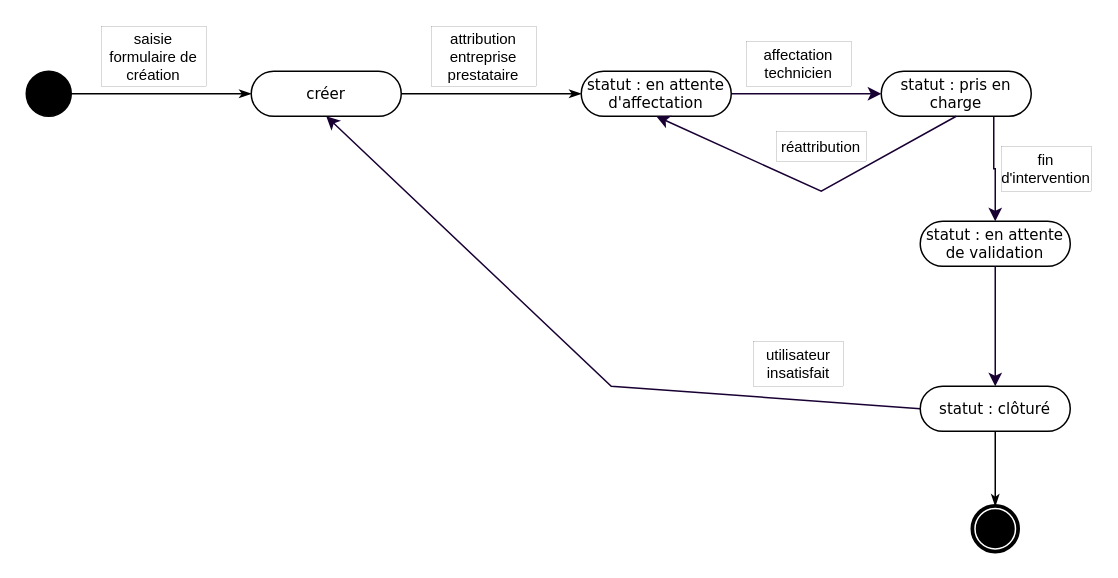
Before: doc/uml/cycle vie incident.drawio in mapette/sos_immo_backend, a draw.io diagram. Source tidied: cells renumbered, new cells numbered last; positions are measured from the earlier drawing's top-left corner, leaving out a move shared by most shapes. Both pictures are drawn from the tidied source at 150%, with x=0, y=0 at pixel (26, 26).
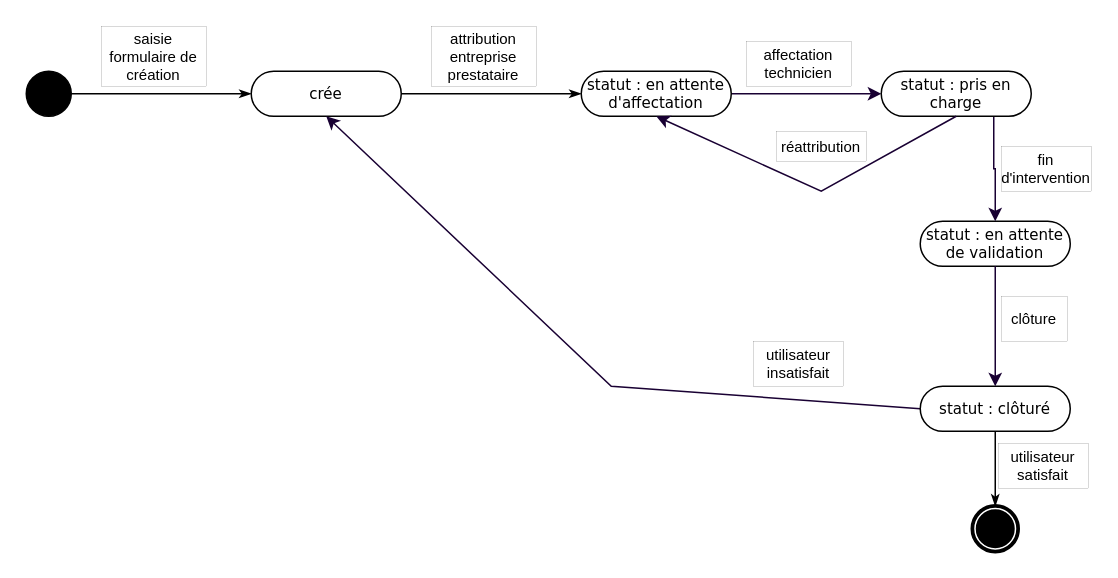
After the change.

The edit, as a diff of the source:
```diff
@@
-    <mxCell id="4" value="créer" style="rounded=1;whiteSpace=wrap;html=1;shadow=0;comic=0;labelBackgroundColor=none;strokeWidth=1;fontFamily=Verdana;fontSize=10;align=center;arcSize=50;" parent="1" vertex="1">
+    <mxCell id="4" value="crée" style="rounded=1;whiteSpace=wrap;html=1;shadow=0;comic=0;labelBackgroundColor=none;strokeWidth=1;fontFamily=Verdana;fontSize=10;align=center;arcSize=50;" parent="1" vertex="1">
       <mxGeometry x="150" y="30" width="100" height="30" as="geometry" />
     </mxCell>
@@
+    <mxCell id="23" value="utilisateur satisfait" style="whiteSpace=wrap;html=1;dashed=1;strokeWidth=0;fontSize=10;" parent="1" vertex="1">
+      <mxGeometry x="648" y="278" width="60" height="30" as="geometry" />
+    </mxCell>
+    <mxCell id="24" value="clôture" style="whiteSpace=wrap;html=1;dashed=1;strokeWidth=0;fontSize=10;" parent="1" vertex="1">
+      <mxGeometry x="650" y="180" width="44" height="30" as="geometry" />
+    </mxCell>
```
